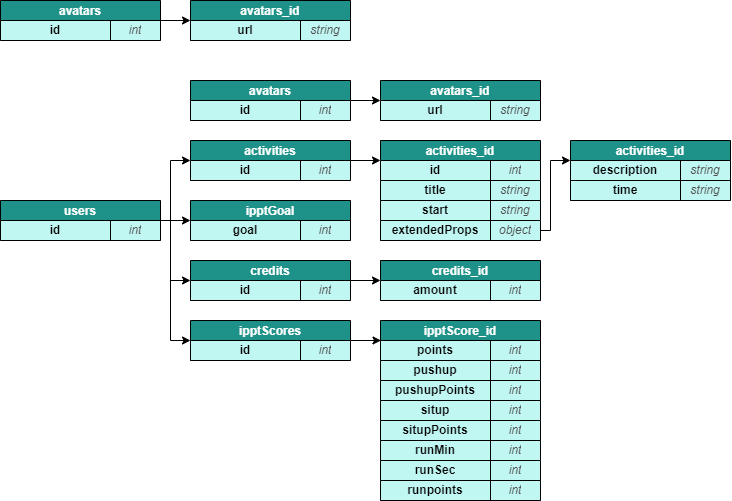
Earlier version of the draw.io export images/readme/database_structure.png (ong-ck/ITpt). Source tidied: cells renumbered, new cells last; positions are measured from the earlier drawing's top-left corner, leaving out a move shared by most shapes.
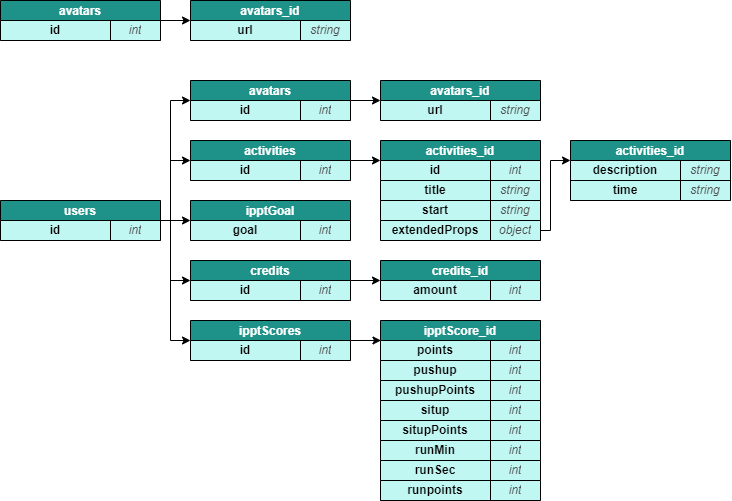
Above is the later version.

Commit message:
readme update database structure image

Diff of the diagram source:
```diff
@@ -18,6 +18,14 @@
         </Array>
       </mxGeometry>
     </mxCell>
+    <mxCell id="120" style="edgeStyle=orthogonalEdgeStyle;rounded=0;jettySize=auto;html=1;entryX=0;entryY=0.5;entryDx=0;entryDy=0;" parent="1" edge="1" source="4" target="21">
+      <mxGeometry relative="1" as="geometry">
+        <Array as="points">
+          <mxPoint x="170" y="220" />
+          <mxPoint x="170" y="100" />
+        </Array>
+      </mxGeometry>
+    </mxCell>
     <mxCell id="4" value="users" style="swimlane;startSize=20;fillColor=#1e9288;fontColor=#FFFFFF;" parent="1" vertex="1">
       <mxGeometry y="200" width="160" height="40" as="geometry" />
     </mxCell>
```
